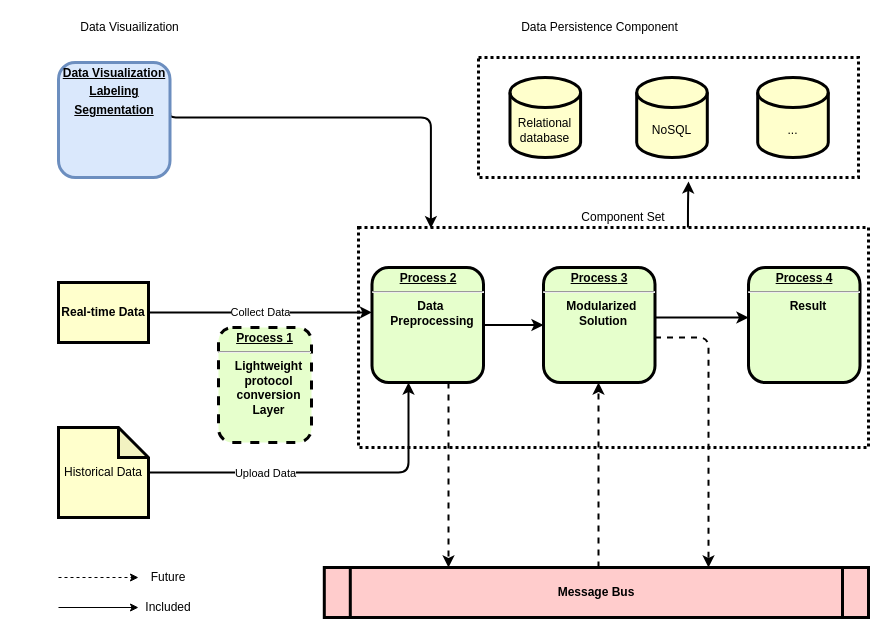
The draw.io diagram data-flow.drawio in licongchao/Customized-Charts, before the edit. Source tidied: cells renumbered, new cells numbered last; positions are measured from the earlier drawing's top-left corner, leaving out a move shared by most shapes. Both pictures are drawn from the tidied source at 100%, with x=0, y=0 at pixel (28, 17).
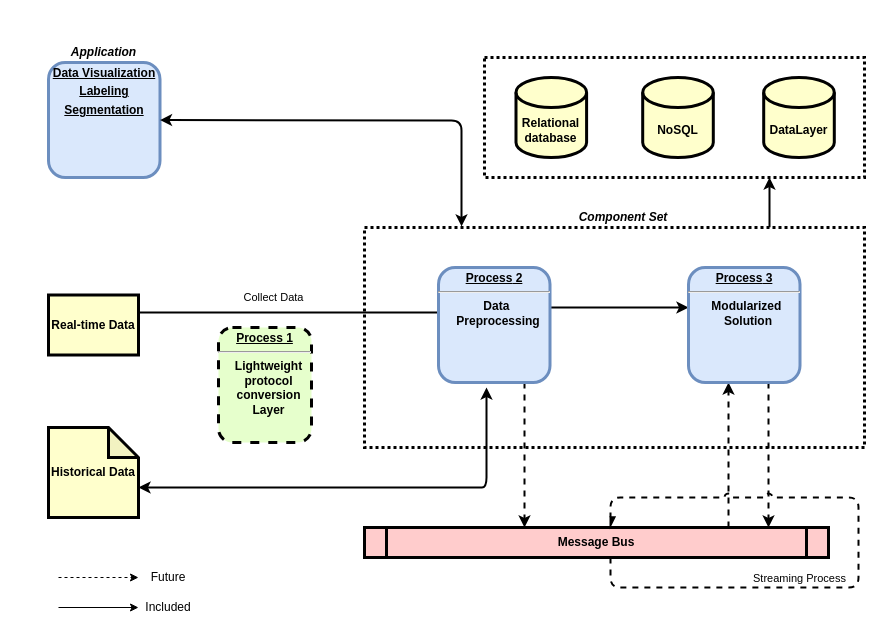
Above is the later version.

The change refers to these unchanged cells:
```xml
<mxCell id="21" style="rounded=0;whiteSpace=wrap;html=1;strokeWidth=3;dashed=1;dashPattern=1 1;" parent="20" vertex="1">
  <mxGeometry width="380" height="120" as="geometry" />
</mxCell>
```

What changed in the source:
```diff
@@
-    <mxCell id="2" style="edgeStyle=orthogonalEdgeStyle;rounded=1;jettySize=auto;html=1;strokeWidth=2;exitX=0.646;exitY=0.003;exitDx=0;exitDy=0;exitPerimeter=0;" parent="1" edge="1" source="3">
-      <mxGeometry relative="1" as="geometry">
-        <mxPoint x="660" y="164" as="targetPoint" />
-        <Array as="points">
-          <mxPoint x="659" y="185" />
-        </Array>
-      </mxGeometry>
-    </mxCell>
+    <mxCell id="33" style="edgeStyle=orthogonalEdgeStyle;rounded=1;sketch=0;jumpStyle=arc;jettySize=auto;html=1;entryX=0.75;entryY=1;entryDx=0;entryDy=0;strokeWidth=2;exitX=0.81;exitY=0;exitDx=0;exitDy=0;exitPerimeter=0;" parent="1" edge="1" source="3" target="21">
+      <mxGeometry relative="1" as="geometry" />
+    </mxCell>
     <mxCell id="3" style="rounded=0;whiteSpace=wrap;html=1;strokeWidth=3;dashed=1;gradientColor=#ffffff;dashPattern=1 1;" parent="1" vertex="1">
-      <mxGeometry x="330" y="210" width="510" height="220" as="geometry" />
+      <mxGeometry x="336" y="210" width="500" height="220" as="geometry" />
     </mxCell>
     <mxCell id="4" value="Collect Data" style="edgeStyle=orthogonalEdgeStyle;rounded=0;jettySize=auto;html=1;entryX=0;entryY=0.391;entryDx=0;entryDy=0;entryPerimeter=0;strokeWidth=2;" parent="1" edge="1" source="5" target="15">
-      <mxGeometry relative="1" as="geometry" />
+      <mxGeometry x="-0.25" y="15" relative="1" as="geometry">
+        <Array as="points">
+          <mxPoint x="440" y="295" />
+        </Array>
+      </mxGeometry>
     </mxCell>
     <mxCell id="5" value="Real-time Data" style="whiteSpace=wrap;align=center;verticalAlign=middle;fontStyle=1;strokeWidth=3;fillColor=#FFFFCC;" parent="1" vertex="1">
-      <mxGeometry x="30" y="265" width="90" height="60" as="geometry" />
+      <mxGeometry x="20" y="277.5" width="90" height="60" as="geometry" />
     </mxCell>
-    <mxCell id="6" style="edgeStyle=orthogonalEdgeStyle;rounded=1;jettySize=auto;html=1;strokeWidth=2;" parent="1" edge="1" target="15">
-      <mxGeometry relative="1" as="geometry">
-        <mxPoint x="120" y="454.9" as="sourcePoint" />
-        <Array as="points">
-          <mxPoint x="380" y="455" />
-        </Array>
-      </mxGeometry>
-    </mxCell>
-    <mxCell id="7" value="Upload Data" style="edgeLabel;html=1;align=center;verticalAlign=middle;" parent="6" vertex="1">
-      <mxGeometry x="-0.15" y="5" relative="1" as="geometry">
-        <mxPoint x="-32.5" y="5.1" as="offset" />
-      </mxGeometry>
-    </mxCell>
@@
     <mxCell id="9" style="edgeStyle=orthogonalEdgeStyle;rounded=1;jettySize=auto;html=1;dashed=1;strokeWidth=2;" parent="1" edge="1" source="10" target="18">
       <mxGeometry relative="1" as="geometry">
         <Array as="points">
-          <mxPoint x="570" y="490" />
-          <mxPoint x="570" y="490" />
+          <mxPoint x="700" y="410" />
+          <mxPoint x="700" y="410" />
         </Array>
       </mxGeometry>
     </mxCell>
     <mxCell id="10" value="Message Bus" style="shape=process;whiteSpace=wrap;align=center;verticalAlign=middle;size=0.0475;fontStyle=1;strokeWidth=3;fillColor=#FFCCCC;" parent="1" vertex="1">
-      <mxGeometry x="295.8" y="550" width="544.2" height="50" as="geometry" />
+      <mxGeometry x="336" y="510" width="464" height="30" as="geometry" />
     </mxCell>
-    <mxCell id="11" value="Historical Data" style="shape=note;whiteSpace=wrap;html=1;backgroundOutline=1;darkOpacity=0.05;strokeWidth=3;fillColor=#FFFFCC;" parent="1" vertex="1">
-      <mxGeometry x="30" y="410" width="90" height="90" as="geometry" />
+    <mxCell id="11" value="&lt;b&gt;Historical Data&lt;/b&gt;" style="shape=note;whiteSpace=wrap;html=1;backgroundOutline=1;darkOpacity=0.05;strokeWidth=3;fillColor=#FFFFCC;" parent="1" vertex="1">
+      <mxGeometry x="20" y="410" width="90" height="90" as="geometry" />
     </mxCell>
-    <mxCell id="12" value="Data Persistence Component" style="text;html=1;strokeColor=none;fillColor=none;align=center;verticalAlign=middle;whiteSpace=wrap;rounded=0;dashed=1;dashPattern=1 4;" parent="1" vertex="1">
-      <mxGeometry x="469.5" width="202.5" height="20" as="geometry" />
-    </mxCell>
     <mxCell id="13" style="edgeStyle=orthogonalEdgeStyle;rounded=1;jettySize=auto;html=1;strokeWidth=2;dashed=1;" parent="1" edge="1" source="15" target="10">
       <mxGeometry relative="1" as="geometry">
         <Array as="points">
-          <mxPoint x="420" y="420" />
-          <mxPoint x="420" y="420" />
+          <mxPoint x="496" y="400" />
+          <mxPoint x="496" y="400" />
         </Array>
       </mxGeometry>
     </mxCell>
     <mxCell id="14" style="edgeStyle=orthogonalEdgeStyle;rounded=1;jettySize=auto;html=1;strokeWidth=2;" parent="1" edge="1" source="15" target="18">
-      <mxGeometry relative="1" as="geometry" />
+      <mxGeometry relative="1" as="geometry">
+        <Array as="points">
+          <mxPoint x="640" y="290" />
+          <mxPoint x="640" y="290" />
+        </Array>
+      </mxGeometry>
     </mxCell>
-    <mxCell id="15" value="&lt;p style=&quot;margin: 0px ; margin-top: 4px ; text-align: center ; text-decoration: underline&quot;&gt;&lt;strong&gt;&lt;strong&gt;Process&lt;/strong&gt; 2&lt;br&gt;&lt;/strong&gt;&lt;/p&gt;&lt;hr&gt;&lt;p style=&quot;margin: 0px ; margin-left: 8px&quot;&gt;Data&amp;nbsp;&lt;/p&gt;&lt;p style=&quot;margin: 0px ; margin-left: 8px&quot;&gt;Preprocessing&lt;/p&gt;" style="verticalAlign=middle;align=center;overflow=fill;fontSize=12;fontFamily=Helvetica;html=1;rounded=1;fontStyle=1;strokeWidth=3;fillColor=#E6FFCC;" parent="1" vertex="1">
-      <mxGeometry x="343.5" y="250" width="111.5" height="115" as="geometry" />
+    <mxCell id="15" value="&lt;p style=&quot;margin: 0px ; margin-top: 4px ; text-align: center ; text-decoration: underline&quot;&gt;&lt;strong&gt;&lt;strong&gt;Process&lt;/strong&gt; 2&lt;br&gt;&lt;/strong&gt;&lt;/p&gt;&lt;hr&gt;&lt;p style=&quot;margin: 0px ; margin-left: 8px&quot;&gt;Data&amp;nbsp;&lt;/p&gt;&lt;p style=&quot;margin: 0px ; margin-left: 8px&quot;&gt;Preprocessing&lt;/p&gt;" style="verticalAlign=middle;align=center;overflow=fill;fontSize=12;fontFamily=Helvetica;html=1;rounded=1;fontStyle=1;strokeWidth=3;fillColor=#dae8fc;strokeColor=#6c8ebf;" parent="1" vertex="1">
+      <mxGeometry x="410" y="250" width="111.5" height="115" as="geometry" />
     </mxCell>
     <mxCell id="16" style="edgeStyle=orthogonalEdgeStyle;rounded=1;jettySize=auto;html=1;strokeWidth=2;dashed=1;" parent="1" edge="1" source="18" target="10">
       <mxGeometry relative="1" as="geometry">
         <Array as="points">
-          <mxPoint x="680" y="320" />
+          <mxPoint x="740" y="420" />
+          <mxPoint x="740" y="420" />
         </Array>
       </mxGeometry>
     </mxCell>
-    <mxCell id="17" style="edgeStyle=orthogonalEdgeStyle;rounded=1;jettySize=auto;html=1;strokeWidth=2;" parent="1" edge="1" source="18" target="19">
-      <mxGeometry relative="1" as="geometry">
-        <Array as="points">
-          <mxPoint x="660" y="300" />
-          <mxPoint x="660" y="300" />
-        </Array>
-      </mxGeometry>
-    </mxCell>
-    <mxCell id="18" value="&lt;p style=&quot;margin: 0px ; margin-top: 4px ; text-align: center ; text-decoration: underline&quot;&gt;&lt;strong&gt;&lt;strong&gt;Process&lt;/strong&gt; 3&lt;br&gt;&lt;/strong&gt;&lt;/p&gt;&lt;hr&gt;&lt;p style=&quot;margin: 0px ; margin-left: 8px&quot;&gt;Modularized&amp;nbsp;&lt;/p&gt;&lt;p style=&quot;margin: 0px ; margin-left: 8px&quot;&gt;Solution&lt;/p&gt;" style="verticalAlign=middle;align=center;overflow=fill;fontSize=12;fontFamily=Helvetica;html=1;rounded=1;fontStyle=1;strokeWidth=3;fillColor=#E6FFCC;" parent="1" vertex="1">
-      <mxGeometry x="515" y="250" width="111.5" height="115" as="geometry" />
+    <mxCell id="18" value="&lt;p style=&quot;margin: 0px ; margin-top: 4px ; text-align: center ; text-decoration: underline&quot;&gt;&lt;strong&gt;&lt;strong&gt;Process&lt;/strong&gt; 3&lt;br&gt;&lt;/strong&gt;&lt;/p&gt;&lt;hr&gt;&lt;p style=&quot;margin: 0px ; margin-left: 8px&quot;&gt;Modularized&amp;nbsp;&lt;/p&gt;&lt;p style=&quot;margin: 0px ; margin-left: 8px&quot;&gt;Solution&lt;/p&gt;" style="verticalAlign=middle;align=center;overflow=fill;fontSize=12;fontFamily=Helvetica;html=1;rounded=1;fontStyle=1;strokeWidth=3;fillColor=#dae8fc;strokeColor=#6c8ebf;" parent="1" vertex="1">
+      <mxGeometry x="660" y="250" width="111.5" height="115" as="geometry" />
     </mxCell>
-    <mxCell id="19" value="&lt;p style=&quot;margin: 0px ; margin-top: 4px ; text-align: center ; text-decoration: underline&quot;&gt;&lt;strong&gt;&lt;strong&gt;Process&lt;/strong&gt; 4&lt;br&gt;&lt;/strong&gt;&lt;/p&gt;&lt;hr&gt;&lt;p style=&quot;margin: 0px ; margin-left: 8px&quot;&gt;Result&lt;/p&gt;&lt;p style=&quot;margin: 0px ; margin-left: 8px&quot;&gt;&lt;br&gt;&lt;/p&gt;" style="verticalAlign=middle;align=center;overflow=fill;fontSize=12;fontFamily=Helvetica;html=1;rounded=1;fontStyle=1;strokeWidth=3;fillColor=#E6FFCC;" parent="1" vertex="1">
-      <mxGeometry x="720" y="250" width="111.5" height="115" as="geometry" />
-    </mxCell>
     <mxCell id="20" style="group;dashed=1;dashPattern=1 1;" parent="1" vertex="1">
-      <mxGeometry x="450" y="40" width="380" height="120" as="geometry" />
+      <mxGeometry x="456" y="40" width="380" height="120" as="geometry" />
     </mxCell>
@@
-    <mxCell id="22" value="Relational database" style="shape=cylinder3;whiteSpace=wrap;html=1;boundedLbl=1;backgroundOutline=1;size=15;strokeWidth=3;fillColor=#FFFFCC;" parent="20" vertex="1">
+    <mxCell id="22" value="&lt;b&gt;Relational database&lt;/b&gt;" style="shape=cylinder3;whiteSpace=wrap;html=1;boundedLbl=1;backgroundOutline=1;size=15;strokeWidth=3;fillColor=#FFFFCC;" parent="20" vertex="1">
       <mxGeometry x="31.5" y="20" width="70.6" height="80" as="geometry" />
     </mxCell>
-    <mxCell id="23" value="NoSQL" style="shape=cylinder3;whiteSpace=wrap;html=1;boundedLbl=1;backgroundOutline=1;size=15;strokeWidth=3;fillColor=#FFFFCC;" parent="20" vertex="1">
+    <mxCell id="23" value="&lt;b&gt;NoSQL&lt;/b&gt;" style="shape=cylinder3;whiteSpace=wrap;html=1;boundedLbl=1;backgroundOutline=1;size=15;strokeWidth=3;fillColor=#FFFFCC;" parent="20" vertex="1">
       <mxGeometry x="158.2" y="20" width="70.6" height="80" as="geometry" />
     </mxCell>
-    <mxCell id="24" value="..." style="shape=cylinder3;whiteSpace=wrap;html=1;boundedLbl=1;backgroundOutline=1;size=15;strokeWidth=3;fillColor=#FFFFCC;" parent="20" vertex="1">
+    <mxCell id="24" value="&lt;b&gt;DataLayer&lt;/b&gt;" style="shape=cylinder3;whiteSpace=wrap;html=1;boundedLbl=1;backgroundOutline=1;size=15;strokeWidth=3;fillColor=#FFFFCC;" parent="20" vertex="1">
       <mxGeometry x="279.2" y="20" width="70.6" height="80" as="geometry" />
     </mxCell>
-    <mxCell id="25" value="Component Set" style="text;html=1;strokeColor=none;fillColor=none;align=center;verticalAlign=middle;whiteSpace=wrap;rounded=0;dashed=1;dashPattern=1 4;" parent="1" vertex="1">
+    <mxCell id="25" value="&lt;b&gt;&lt;i&gt;Component Set&lt;/i&gt;&lt;/b&gt;" style="text;html=1;strokeColor=none;fillColor=none;align=center;verticalAlign=middle;whiteSpace=wrap;rounded=0;dashed=1;dashPattern=1 4;" parent="1" vertex="1">
       <mxGeometry x="540" y="190" width="110" height="20" as="geometry" />
     </mxCell>
-    <mxCell id="26" style="edgeStyle=orthogonalEdgeStyle;rounded=1;jettySize=auto;html=1;entryX=0.044;entryY=0.003;entryDx=0;entryDy=0;entryPerimeter=0;strokeWidth=2;exitX=1.002;exitY=0.438;exitDx=0;exitDy=0;exitPerimeter=0;" parent="1" edge="1" source="27">
-      <mxGeometry relative="1" as="geometry">
-        <mxPoint x="402.4" y="210.7" as="targetPoint" />
-        <Array as="points">
-          <mxPoint x="142" y="100" />
-          <mxPoint x="402" y="100" />
-        </Array>
-      </mxGeometry>
-    </mxCell>
     <mxCell id="27" value="&lt;p style=&quot;margin: 0px ; margin-top: 4px ; text-align: center ; text-decoration: underline&quot;&gt;Data Visualization&lt;/p&gt;&lt;p style=&quot;margin: 0px ; margin-top: 4px ; text-align: center ; text-decoration: underline&quot;&gt;Labeling&lt;/p&gt;&lt;p style=&quot;margin: 0px ; margin-top: 4px ; text-align: center ; text-decoration: underline&quot;&gt;Segmentation&lt;/p&gt;" style="verticalAlign=middle;align=center;overflow=fill;fontSize=12;fontFamily=Helvetica;html=1;rounded=1;fontStyle=1;strokeWidth=3;fillColor=#dae8fc;strokeColor=#6c8ebf;" parent="1" vertex="1">
-      <mxGeometry x="30" y="45" width="111.5" height="115" as="geometry" />
+      <mxGeometry x="20" y="45" width="111.5" height="115" as="geometry" />
     </mxCell>
-    <mxCell id="28" value="Data Visuailization" style="text;html=1;strokeColor=none;fillColor=none;align=center;verticalAlign=middle;whiteSpace=wrap;rounded=0;dashed=1;dashPattern=1 4;" parent="1" vertex="1">
-      <mxGeometry width="202.5" height="20" as="geometry" />
+    <mxCell id="28" value="&lt;b&gt;&lt;i&gt;Application&lt;/i&gt;&lt;/b&gt;" style="text;html=1;strokeColor=none;fillColor=none;align=center;verticalAlign=middle;whiteSpace=wrap;rounded=0;dashed=1;dashPattern=1 4;" parent="1" vertex="1">
+      <mxGeometry x="-11.2" y="25" width="172.5" height="20" as="geometry" />
     </mxCell>
@@
+    <mxCell id="34" style="endArrow=classic;startArrow=classic;html=1;strokeWidth=2;strokeColor=none;" parent="1" edge="1" source="11" target="15">
+      <mxGeometry relative="1" as="geometry" />
+    </mxCell>
+    <mxCell id="35" style="endArrow=classic;startArrow=classic;html=1;strokeWidth=2;exitX=0;exitY=0;exitDx=90;exitDy=60;exitPerimeter=0;" parent="1" edge="1" source="11">
+      <mxGeometry relative="1" as="geometry">
+        <mxPoint x="458" y="370" as="targetPoint" />
+        <Array as="points">
+          <mxPoint x="440" y="470" />
+          <mxPoint x="458" y="470" />
+        </Array>
+      </mxGeometry>
+    </mxCell>
+    <mxCell id="36" style="endArrow=classic;startArrow=classic;html=1;strokeWidth=2;entryX=0.194;entryY=-0.005;entryDx=0;entryDy=0;entryPerimeter=0;" parent="1" edge="1" source="27" target="3">
+      <mxGeometry relative="1" as="geometry">
+        <Array as="points">
+          <mxPoint x="433" y="103" />
+        </Array>
+      </mxGeometry>
+    </mxCell>
+    <mxCell id="37" style="edgeStyle=orthogonalEdgeStyle;rounded=1;sketch=0;jumpStyle=arc;orthogonalLoop=1;jettySize=auto;html=1;endArrow=async;endFill=1;strokeWidth=2;dashed=1;" parent="1" edge="1">
+      <mxGeometry relative="1" as="geometry">
+        <mxPoint x="582" y="540" as="sourcePoint" />
+        <mxPoint x="582" y="510" as="targetPoint" />
+        <Array as="points">
+          <mxPoint x="582" y="570" />
+          <mxPoint x="830" y="570" />
+          <mxPoint x="830" y="480" />
+          <mxPoint x="582" y="480" />
+        </Array>
+      </mxGeometry>
+    </mxCell>
+    <mxCell id="38" value="Streaming Process" style="edgeLabel;html=1;align=center;verticalAlign=middle;" parent="37" vertex="1">
+      <mxGeometry x="0.04" y="-2" relative="1" as="geometry">
+        <mxPoint x="-61.5" y="48" as="offset" />
+      </mxGeometry>
+    </mxCell>
```
